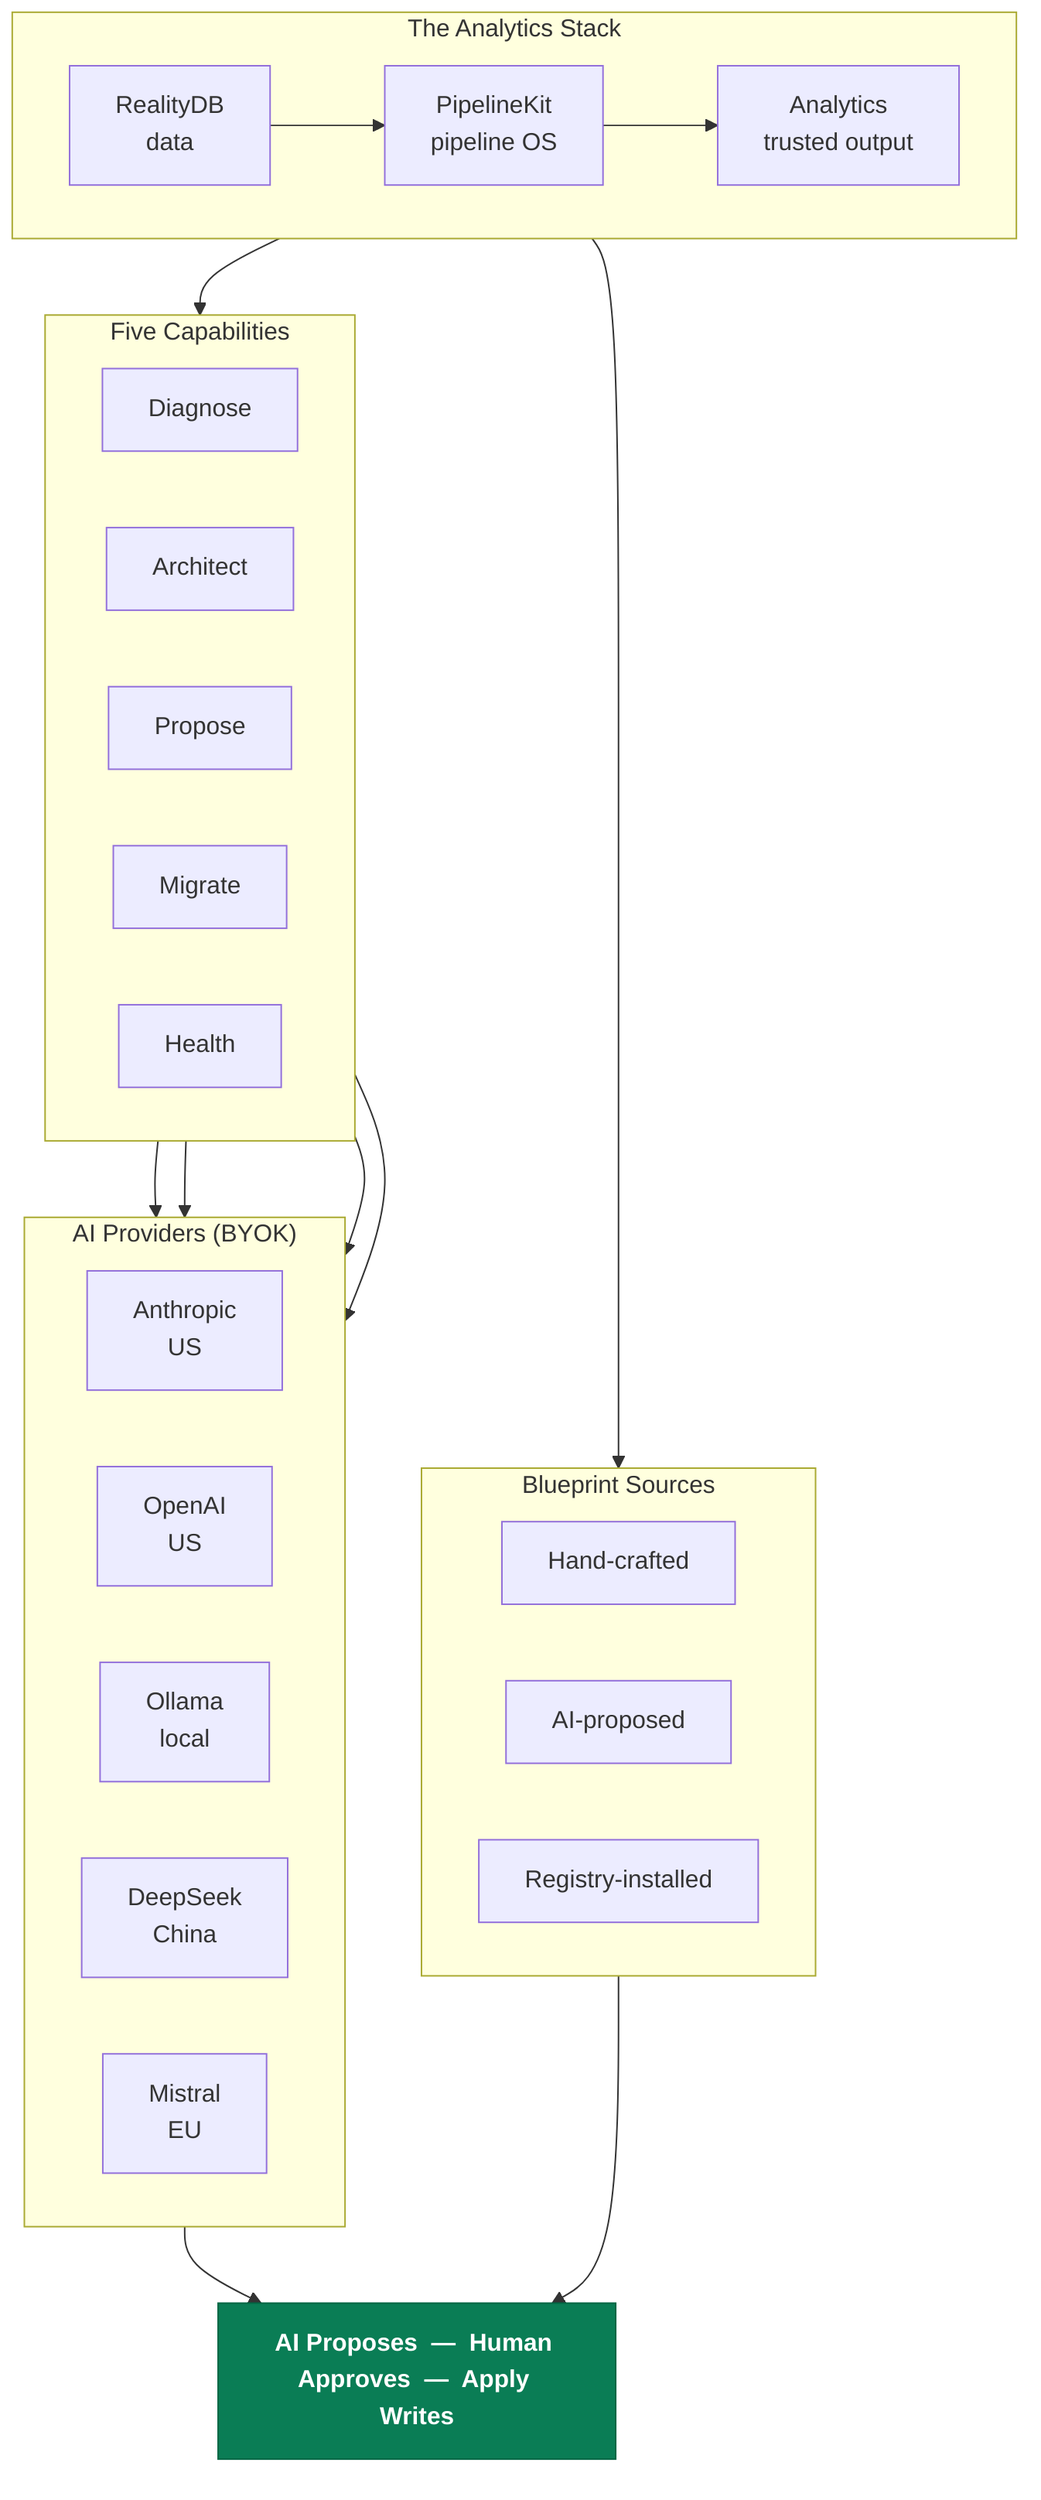
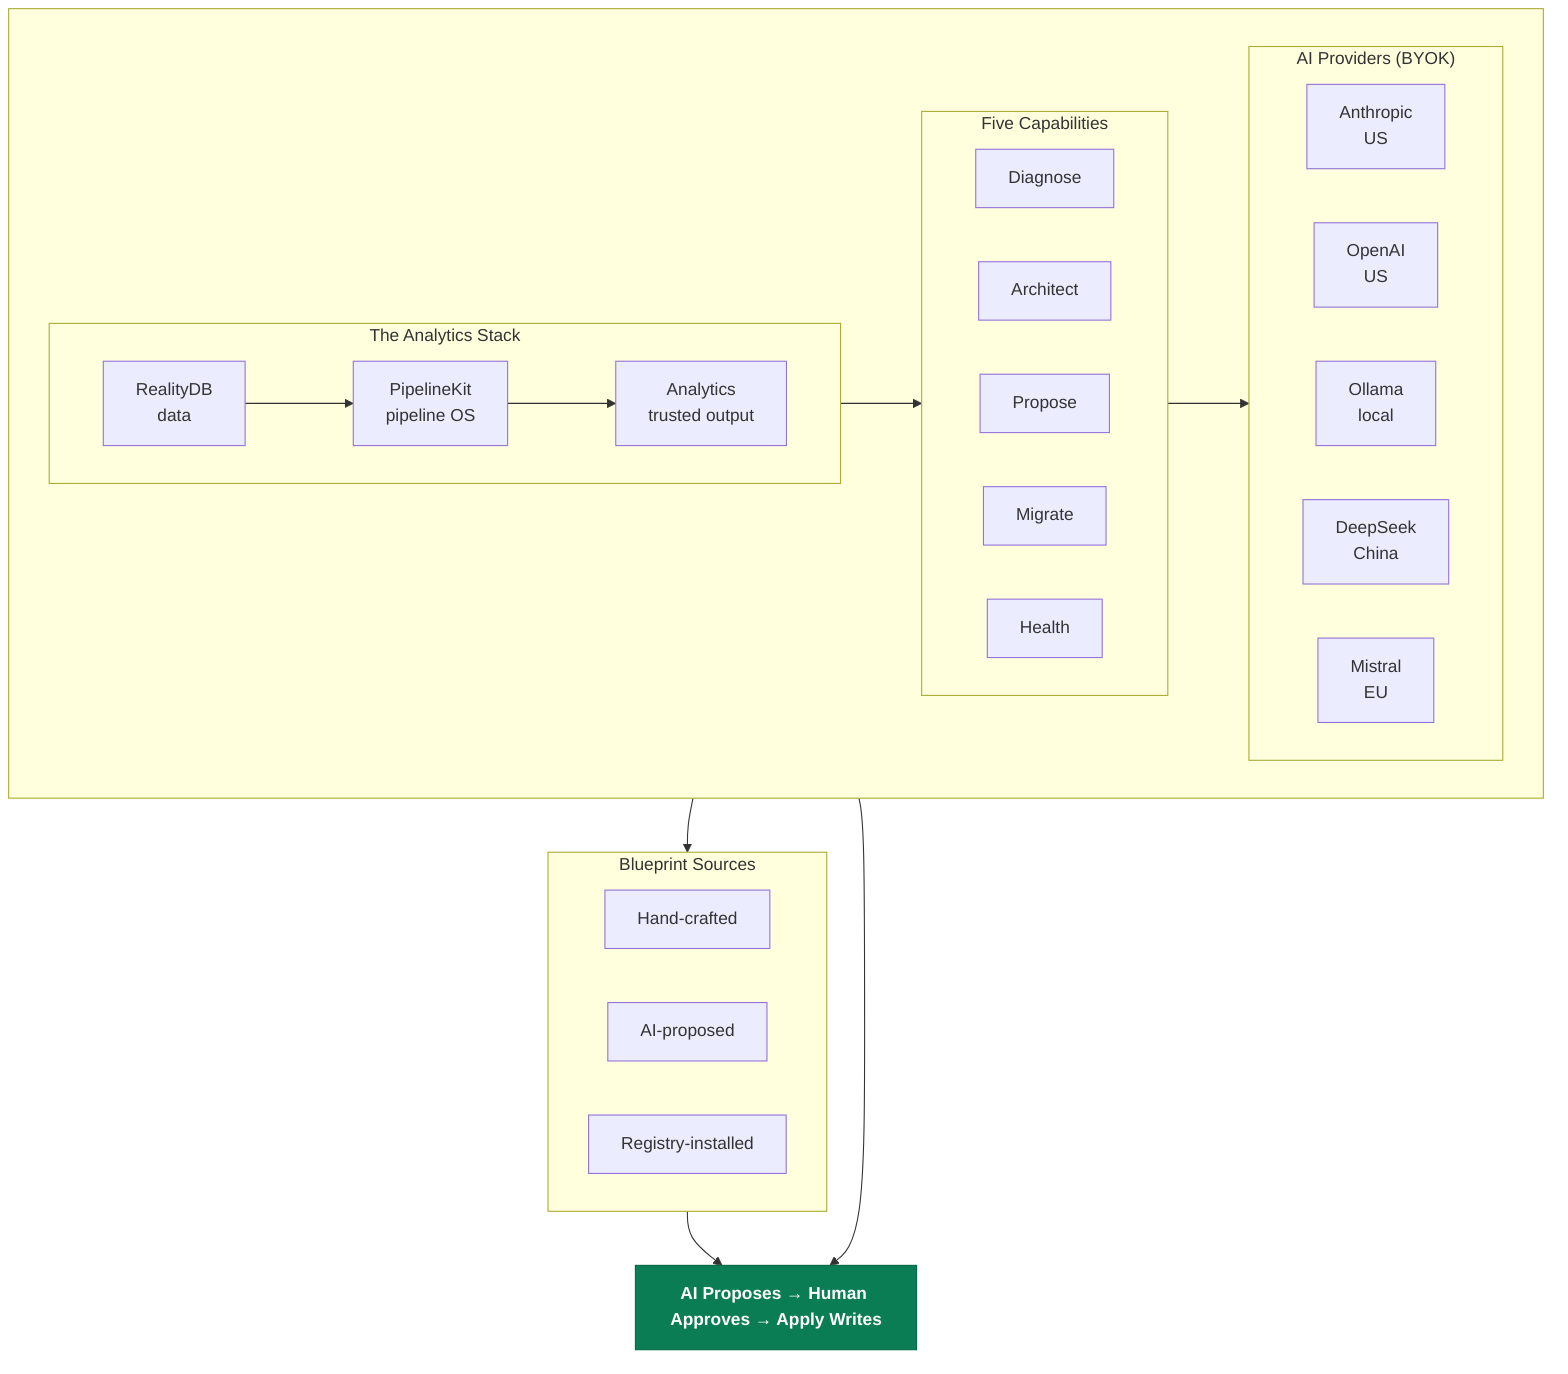
%% PipelineKit — System Overview (Investor / Executive)
%% Audience: investors, executives, first-time evaluators.
%% High-level value picture. Note: "Health" is a deterministic operations
%% capability (not AI); the other four are AI-assisted.
+ %% Layout: top row reads left-to-right (Stack -> Capabilities -> Providers),
+ %% then drops down to Blueprint Sources and the trust-model phrase.
+ %% The trust node receives only from Capabilities and Blueprint Sources.
flowchart TB
-     subgraph stack["The Analytics Stack"]
+     subgraph row1[" "]
        direction LR
-         data["RealityDB<br/>data"] --> pk["PipelineKit<br/>pipeline OS"] --> out["Analytics<br/>trusted output"]
-     end
- 
-     subgraph caps["Five Capabilities"]
-         direction LR
-         diag["Diagnose"]
-         arch["Architect"]
-         prop["Propose"]
-         mig["Migrate"]
-         hlth["Health"]
+         subgraph stack["The Analytics Stack"]
+             direction LR
+             data["RealityDB<br/>data"] --> pk["PipelineKit<br/>pipeline OS"] --> out["Analytics<br/>trusted output"]
+         end
+         subgraph caps["Five Capabilities"]
+             direction LR
+             diag["Diagnose"]
+             arch["Architect"]
+             prop["Propose"]
+             mig["Migrate"]
+             hlth["Health"]
+         end
+         subgraph prov["AI Providers (BYOK)"]
+             direction LR
+             anth["Anthropic<br/>US"]
+             oai["OpenAI<br/>US"]
+             oll["Ollama<br/>local"]
+             ds["DeepSeek<br/>China"]
+             mis["Mistral<br/>EU"]
+         end
+         stack --> caps --> prov
    end

    subgraph bp["Blueprint Sources"]
        direction LR
        hand["Hand-crafted"]
        aip["AI-proposed"]
        reg["Registry-installed"]
    end

-     subgraph prov["AI Providers (BYOK)"]
-         direction LR
-         anth["Anthropic<br/>US"]
-         oai["OpenAI<br/>US"]
-         oll["Ollama<br/>local"]
-         ds["DeepSeek<br/>China"]
-         mis["Mistral<br/>EU"]
-     end
+     trust["AI Proposes → Human Approves → Apply Writes"]

-     pk --> caps
-     pk --> bp
-     diag --> prov
-     arch --> prov
-     prop --> prov
-     mig --> prov
- 
-     trust["AI Proposes  —  Human Approves  —  Apply Writes"]
-     prov --> trust
+     caps --> bp
+     caps --> trust
    bp --> trust

    classDef phrase fill:#0a7d55,color:#ffffff,font-weight:bold,stroke:#064;
    class trust phrase;
